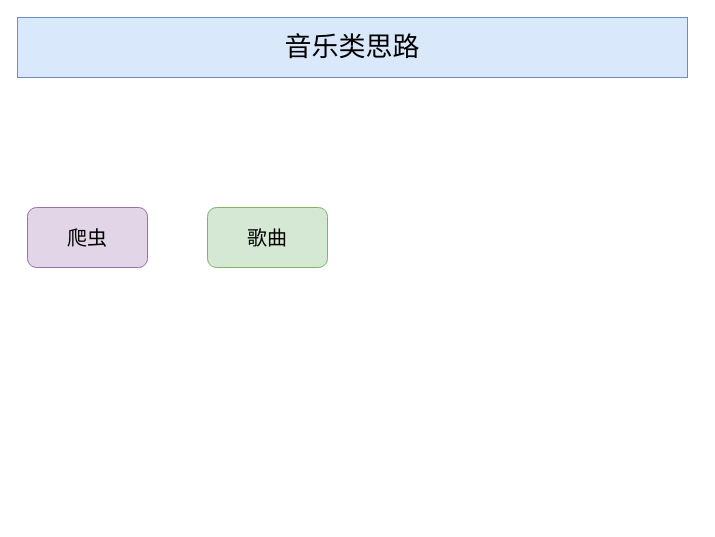
Before: FLASK/27Music.drawio in redcomet88/DRAW, a draw.io diagram. Source tidied: cells renumbered, new cells numbered last; positions are measured from the earlier drawing's top-left corner, leaving out a move shared by most shapes. Both pictures are drawn from the tidied source at 100%, with x=0, y=0 at pixel (17, 17).
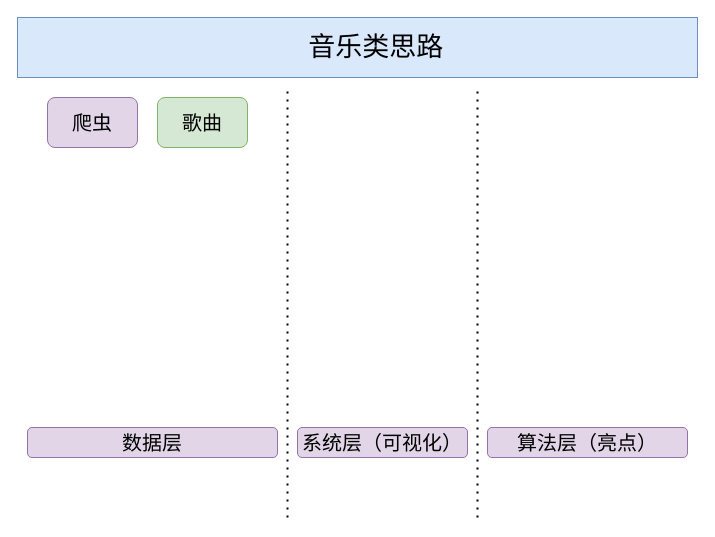
The same diagram, later.

Change to the diagram source:
```diff
@@
 <mxGraphModel>
   <root>
     <mxCell id="0" />
     <mxCell id="1" parent="0" />
     <mxCell id="2" value="歌曲" style="rounded=1;whiteSpace=wrap;html=1;fontSize=20;fillColor=#d5e8d4;strokeColor=#82b366;" parent="1" vertex="1">
-      <mxGeometry x="190" y="190" width="120" height="60" as="geometry" />
+      <mxGeometry x="140" y="80" width="90" height="50" as="geometry" />
     </mxCell>
-    <mxCell id="3" value="音乐类思路" style="text;html=1;strokeColor=#6c8ebf;fillColor=#dae8fc;align=center;verticalAlign=middle;whiteSpace=wrap;rounded=0;fontSize=27;" parent="1" vertex="1">
-      <mxGeometry width="670" height="60" as="geometry" />
+    <mxCell id="3" value="&amp;nbsp; &amp;nbsp; &amp;nbsp;音乐类思路" style="text;html=1;strokeColor=#6c8ebf;fillColor=#dae8fc;align=center;verticalAlign=middle;whiteSpace=wrap;rounded=0;fontSize=27;" parent="1" vertex="1">
+      <mxGeometry width="680" height="60" as="geometry" />
     </mxCell>
     <mxCell id="4" value="爬虫" style="rounded=1;whiteSpace=wrap;html=1;fontSize=20;fillColor=#e1d5e7;strokeColor=#9673a6;" parent="1" vertex="1">
-      <mxGeometry x="10" y="190" width="120" height="60" as="geometry" />
+      <mxGeometry x="30" y="80" width="90" height="50" as="geometry" />
     </mxCell>
+    <mxCell id="5" value="数据层" style="rounded=1;whiteSpace=wrap;html=1;fontSize=20;fillColor=#e1d5e7;strokeColor=#9673a6;" parent="1" vertex="1">
+      <mxGeometry x="10" y="410" width="250" height="30" as="geometry" />
+    </mxCell>
+    <mxCell id="6" value="系统层（可视化）" style="rounded=1;whiteSpace=wrap;html=1;fontSize=20;fillColor=#e1d5e7;strokeColor=#9673a6;" parent="1" vertex="1">
+      <mxGeometry x="280" y="410" width="170" height="30" as="geometry" />
+    </mxCell>
+    <mxCell id="7" value="算法层（亮点）" style="rounded=1;whiteSpace=wrap;html=1;fontSize=20;fillColor=#e1d5e7;strokeColor=#9673a6;" parent="1" vertex="1">
+      <mxGeometry x="470" y="410" width="200" height="30" as="geometry" />
+    </mxCell>
+    <mxCell id="8" style="endArrow=none;dashed=1;html=1;dashPattern=1 3;strokeWidth=2;rounded=0;fontSize=20;" parent="1" edge="1">
+      <mxGeometry relative="1" as="geometry">
+        <mxPoint x="270" y="500" as="sourcePoint" />
+        <mxPoint x="270" y="70" as="targetPoint" />
+      </mxGeometry>
+    </mxCell>
+    <mxCell id="9" style="endArrow=none;dashed=1;html=1;dashPattern=1 3;strokeWidth=2;rounded=0;fontSize=20;" parent="1" edge="1">
+      <mxGeometry relative="1" as="geometry">
+        <mxPoint x="460" y="500" as="sourcePoint" />
+        <mxPoint x="460" y="70" as="targetPoint" />
+      </mxGeometry>
+    </mxCell>
   </root>
 </mxGraphModel>
```
